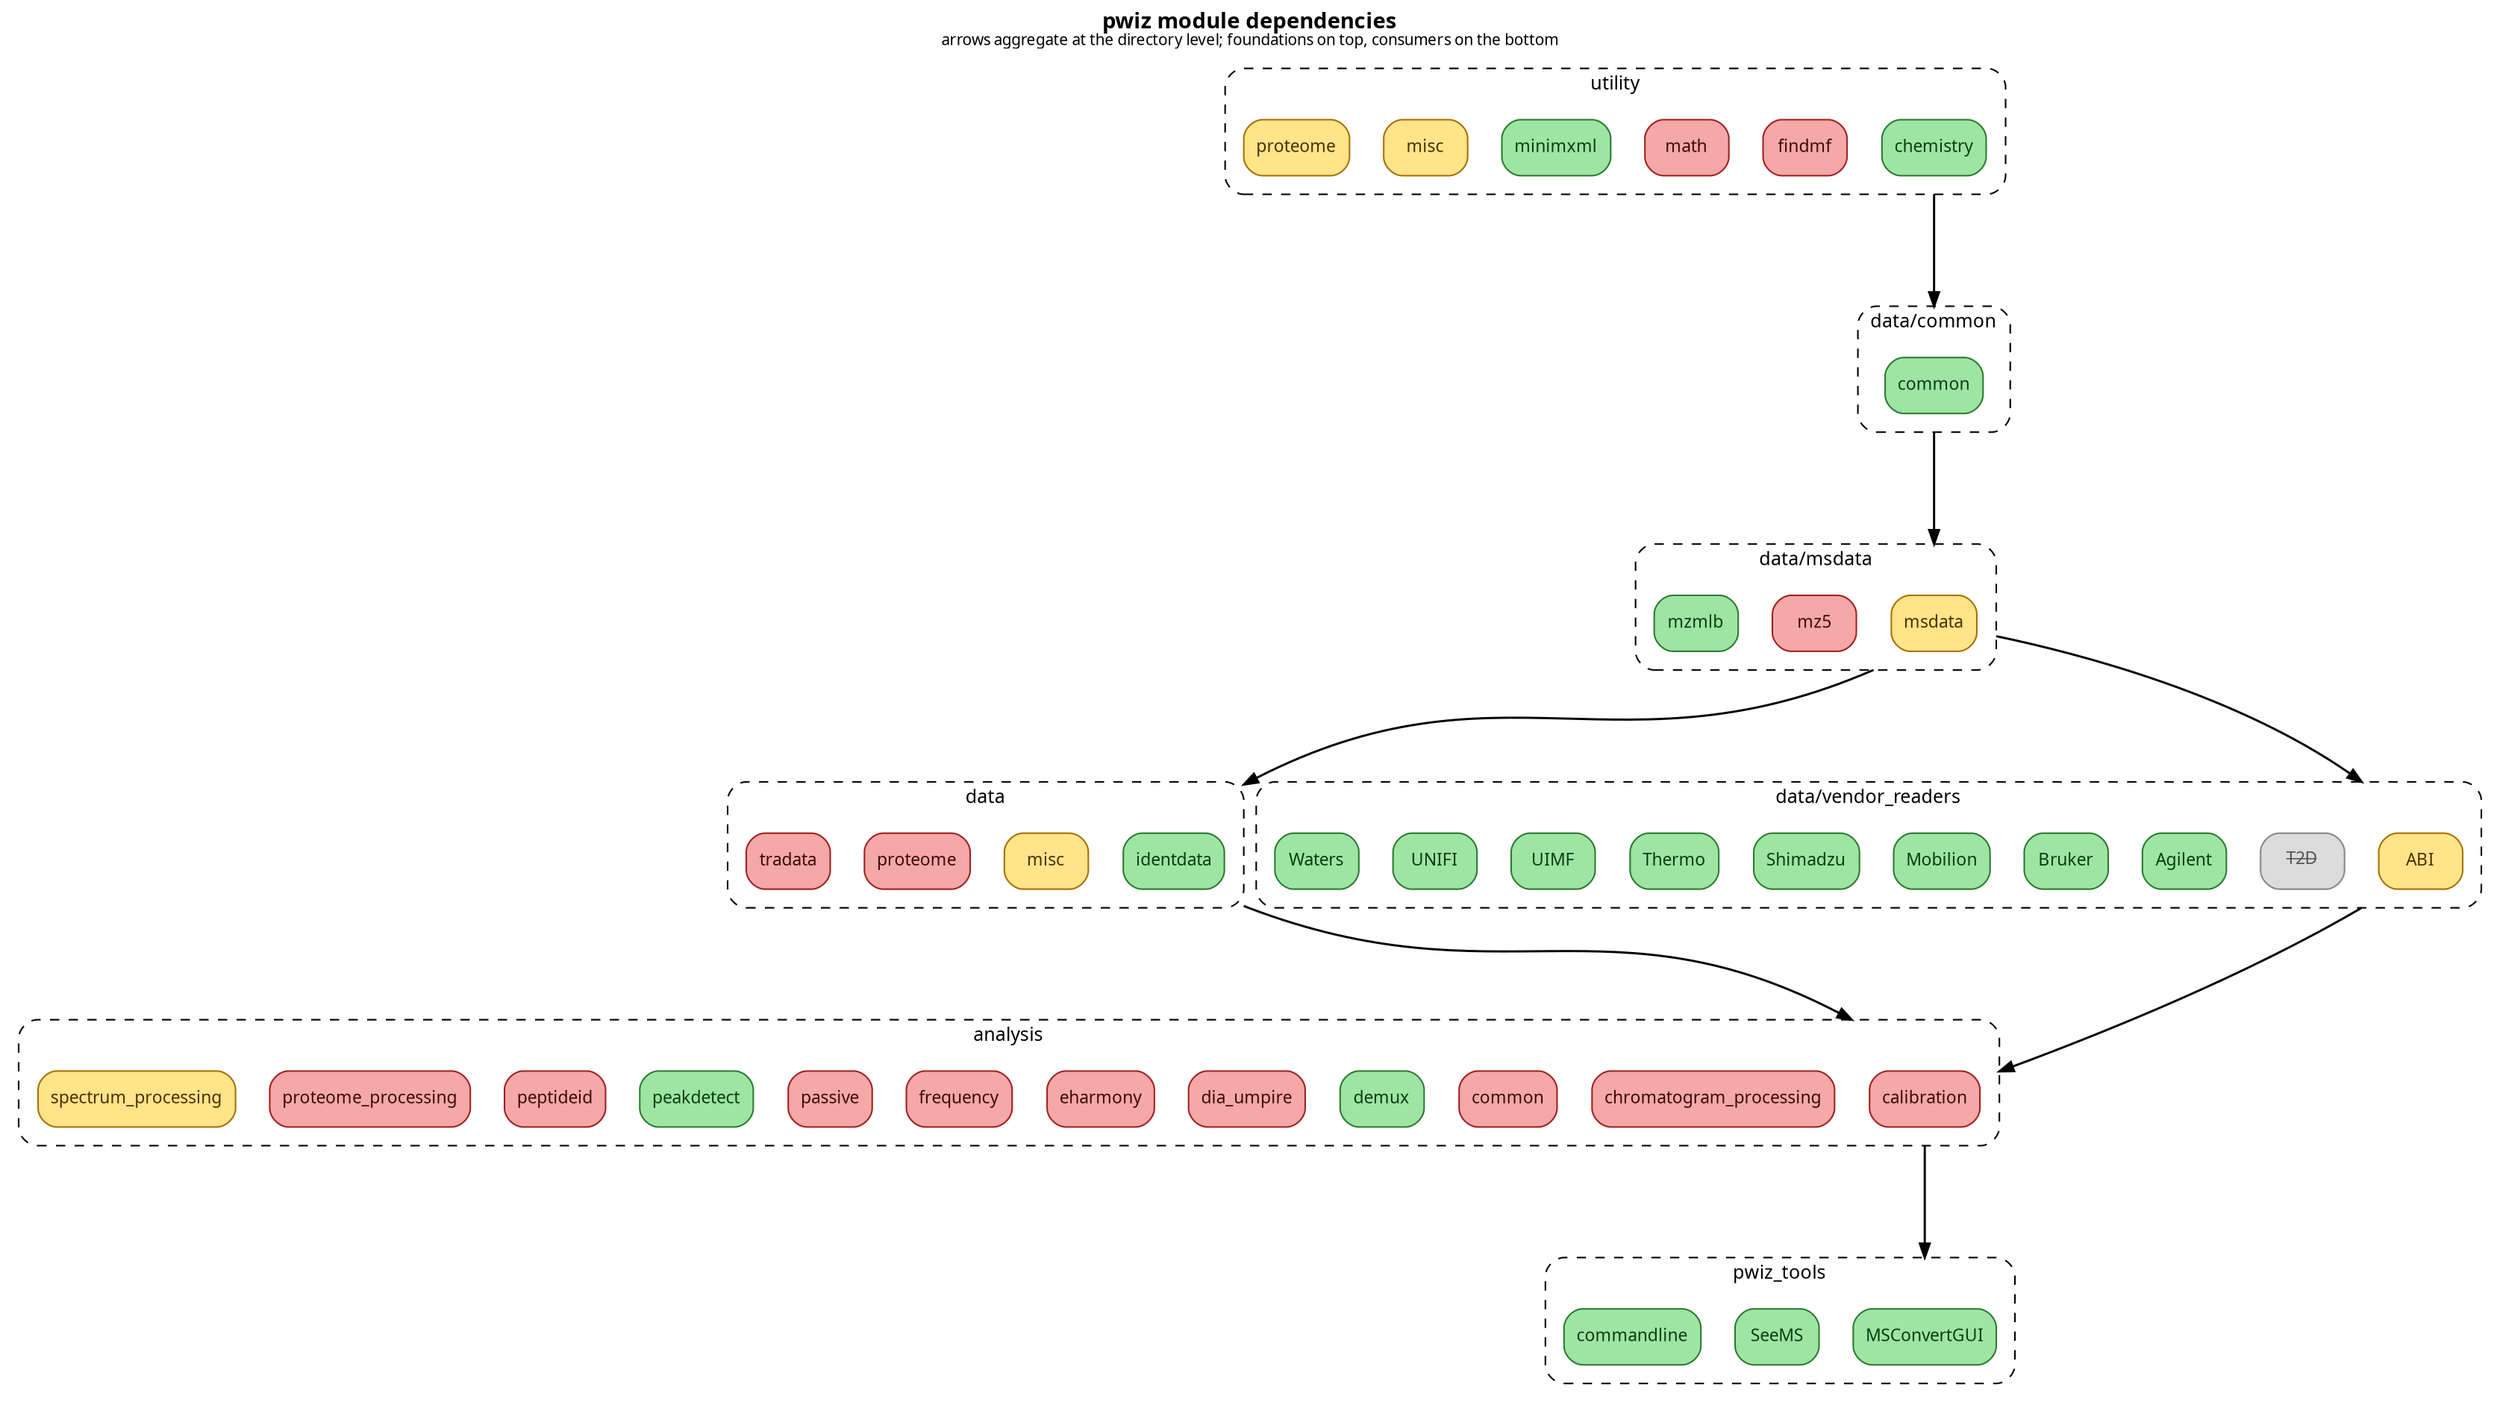
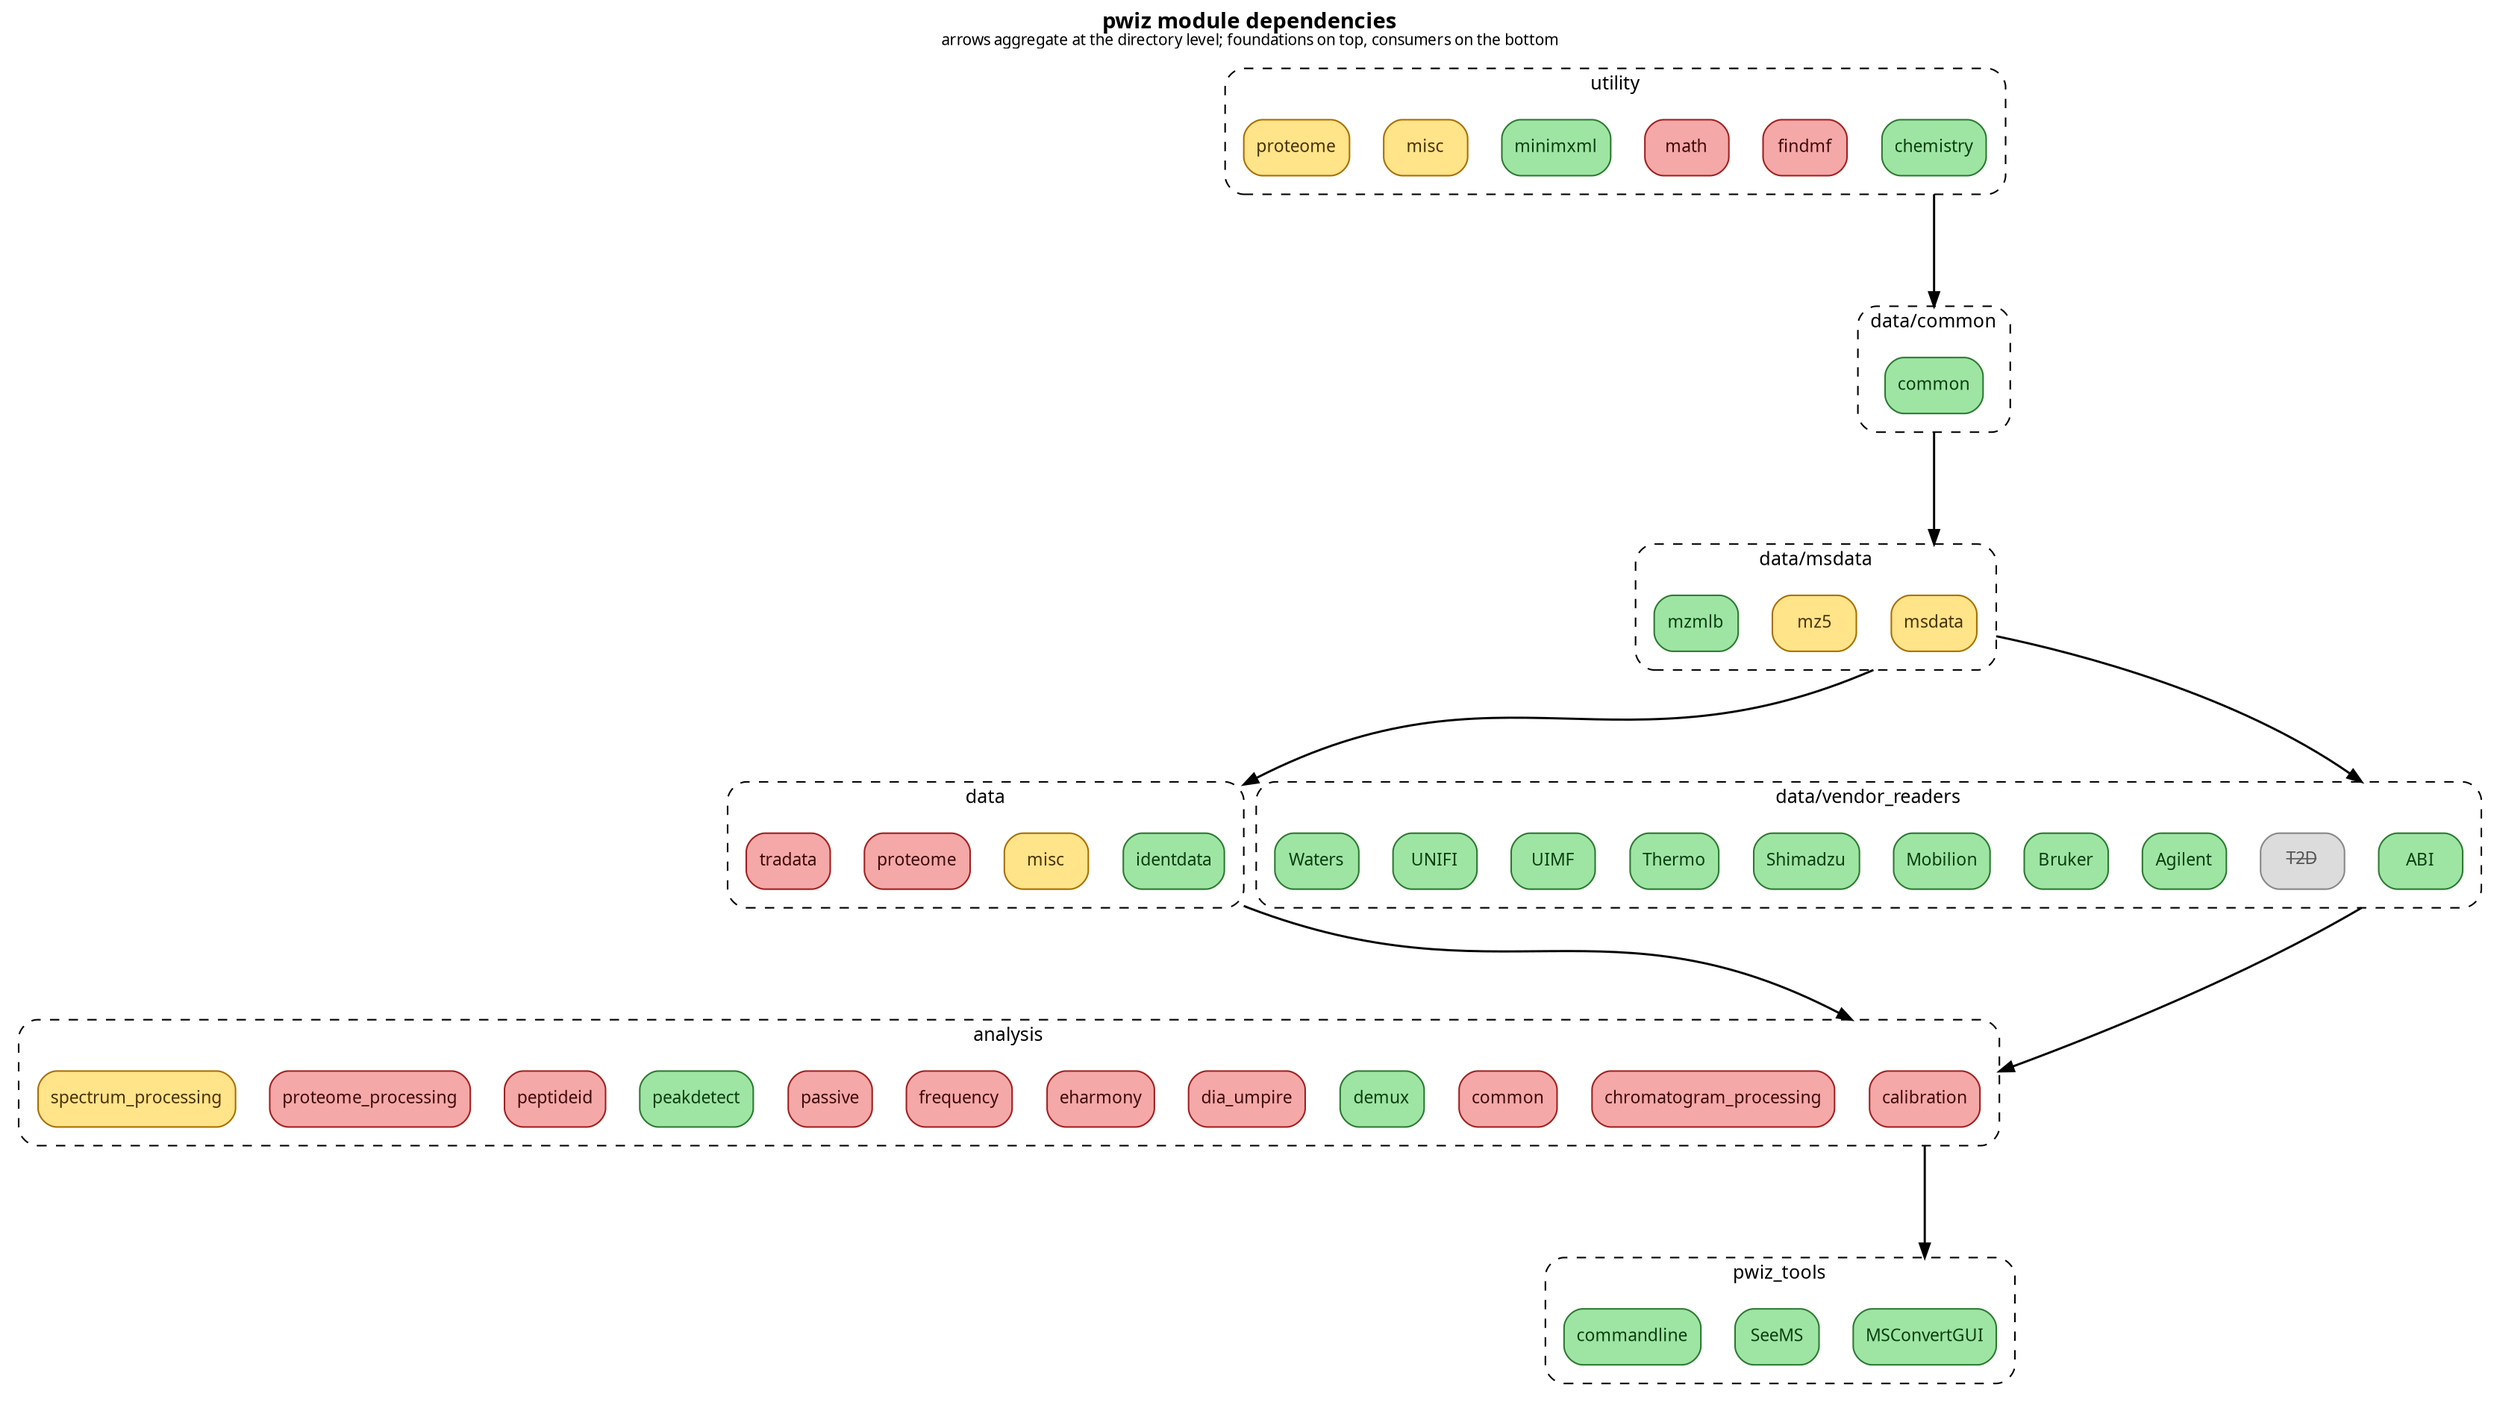
digraph pwiz_modules {
  rankdir=TB;
  labelloc=t;
  label=<<b>pwiz module dependencies</b><br/><font point-size="10">arrows aggregate at the directory level; foundations on top, consumers on the bottom</font>>;
  fontname="Segoe UI";
  node [shape=box, style="filled,rounded", fontname="Segoe UI", fontsize=11];
  edge [color="#444", penwidth=1.4, arrowsize=0.9];
  splines=spline;
  ranksep=0.8; nodesep=0.3;
  compound=true;

  subgraph cluster_analysis {
    label="analysis";
    style="rounded,dashed";
    color="#888";
    fontname="Segoe UI";
    fontsize=12;
    margin=12;
    n_analysis__calibration [label="calibration", fillcolor="#f5a8a8", color="#a02020", fontcolor="#3d0a0a"];
    n_analysis__chromatogram_processing [label="chromatogram_processing", fillcolor="#f5a8a8", color="#a02020", fontcolor="#3d0a0a"];
    n_analysis__common [label="common", fillcolor="#f5a8a8", color="#a02020", fontcolor="#3d0a0a"];
    n_analysis__demux [label="demux", fillcolor="#9ee5a3", color="#2c7a32", fontcolor="#0a3d10"];
    n_analysis__dia_umpire [label="dia_umpire", fillcolor="#f5a8a8", color="#a02020", fontcolor="#3d0a0a"];
    n_analysis__eharmony [label="eharmony", fillcolor="#f5a8a8", color="#a02020", fontcolor="#3d0a0a"];
    n_analysis__frequency [label="frequency", fillcolor="#f5a8a8", color="#a02020", fontcolor="#3d0a0a"];
    n_analysis__passive [label="passive", fillcolor="#f5a8a8", color="#a02020", fontcolor="#3d0a0a"];
    n_analysis__peakdetect [label="peakdetect", fillcolor="#9ee5a3", color="#2c7a32", fontcolor="#0a3d10"];
    n_analysis__peptideid [label="peptideid", fillcolor="#f5a8a8", color="#a02020", fontcolor="#3d0a0a"];
    n_analysis__proteome_processing [label="proteome_processing", fillcolor="#f5a8a8", color="#a02020", fontcolor="#3d0a0a"];
    n_analysis__spectrum_processing [label="spectrum_processing", fillcolor="#ffe48a", color="#a87000", fontcolor="#4a3000"];
  }

  subgraph cluster_data {
    label="data";
    style="rounded,dashed";
    color="#888";
    fontname="Segoe UI";
    fontsize=12;
    margin=12;
    n_data__identdata [label="identdata", fillcolor="#9ee5a3", color="#2c7a32", fontcolor="#0a3d10"];
    n_data__misc [label="misc", fillcolor="#ffe48a", color="#a87000", fontcolor="#4a3000"];
    n_data__proteome [label="proteome", fillcolor="#f5a8a8", color="#a02020", fontcolor="#3d0a0a"];
    n_data__tradata [label="tradata", fillcolor="#f5a8a8", color="#a02020", fontcolor="#3d0a0a"];
  }

  subgraph cluster_data_common {
    label="data/common";
    style="rounded,dashed";
    color="#888";
    fontname="Segoe UI";
    fontsize=12;
    margin=12;
    n_data__common [label="common", fillcolor="#9ee5a3", color="#2c7a32", fontcolor="#0a3d10"];
  }

  subgraph cluster_data_msdata {
    label="data/msdata";
    style="rounded,dashed";
    color="#888";
    fontname="Segoe UI";
    fontsize=12;
    margin=12;
    n_data__msdata [label="msdata", fillcolor="#ffe48a", color="#a87000", fontcolor="#4a3000"];
-     n_data__msdata__mz5 [label="mz5", fillcolor="#f5a8a8", color="#a02020", fontcolor="#3d0a0a"];
+     n_data__msdata__mz5 [label="mz5", fillcolor="#ffe48a", color="#a87000", fontcolor="#4a3000"];
    n_data__msdata__mzmlb [label="mzmlb", fillcolor="#9ee5a3", color="#2c7a32", fontcolor="#0a3d10"];
  }

  subgraph cluster_data_vendor_readers {
    label="data/vendor_readers";
    style="rounded,dashed";
    color="#888";
    fontname="Segoe UI";
    fontsize=12;
    margin=12;
-     n_data__vendor_readers__ABI [label="ABI", fillcolor="#ffe48a", color="#a87000", fontcolor="#4a3000"];
+     n_data__vendor_readers__ABI [label="ABI", fillcolor="#9ee5a3", color="#2c7a32", fontcolor="#0a3d10"];
    n_data__vendor_readers__ABI__T2D [label=<<s>T2D</s>>, fillcolor="#dcdcdc", color="#888888", fontcolor="#555555"];
    n_data__vendor_readers__Agilent [label="Agilent", fillcolor="#9ee5a3", color="#2c7a32", fontcolor="#0a3d10"];
    n_data__vendor_readers__Bruker [label="Bruker", fillcolor="#9ee5a3", color="#2c7a32", fontcolor="#0a3d10"];
    n_data__vendor_readers__Mobilion [label="Mobilion", fillcolor="#9ee5a3", color="#2c7a32", fontcolor="#0a3d10"];
    n_data__vendor_readers__Shimadzu [label="Shimadzu", fillcolor="#9ee5a3", color="#2c7a32", fontcolor="#0a3d10"];
    n_data__vendor_readers__Thermo [label="Thermo", fillcolor="#9ee5a3", color="#2c7a32", fontcolor="#0a3d10"];
    n_data__vendor_readers__UIMF [label="UIMF", fillcolor="#9ee5a3", color="#2c7a32", fontcolor="#0a3d10"];
    n_data__vendor_readers__UNIFI [label="UNIFI", fillcolor="#9ee5a3", color="#2c7a32", fontcolor="#0a3d10"];
    n_data__vendor_readers__Waters [label="Waters", fillcolor="#9ee5a3", color="#2c7a32", fontcolor="#0a3d10"];
  }

  subgraph cluster_pwiz_tools {
    label="pwiz_tools";
    style="rounded,dashed";
    color="#888";
    fontname="Segoe UI";
    fontsize=12;
    margin=12;
    n_pwiz_tools__MSConvertGUI [label="MSConvertGUI", fillcolor="#9ee5a3", color="#2c7a32", fontcolor="#0a3d10"];
    n_pwiz_tools__SeeMS [label="SeeMS", fillcolor="#9ee5a3", color="#2c7a32", fontcolor="#0a3d10"];
    n_pwiz_tools__commandline [label="commandline", fillcolor="#9ee5a3", color="#2c7a32", fontcolor="#0a3d10"];
  }

  subgraph cluster_utility {
    label="utility";
    style="rounded,dashed";
    color="#888";
    fontname="Segoe UI";
    fontsize=12;
    margin=12;
    n_utility__chemistry [label="chemistry", fillcolor="#9ee5a3", color="#2c7a32", fontcolor="#0a3d10"];
    n_utility__findmf [label="findmf", fillcolor="#f5a8a8", color="#a02020", fontcolor="#3d0a0a"];
    n_utility__math [label="math", fillcolor="#f5a8a8", color="#a02020", fontcolor="#3d0a0a"];
    n_utility__minimxml [label="minimxml", fillcolor="#9ee5a3", color="#2c7a32", fontcolor="#0a3d10"];
    n_utility__misc [label="misc", fillcolor="#ffe48a", color="#a87000", fontcolor="#4a3000"];
    n_utility__proteome [label="proteome", fillcolor="#ffe48a", color="#a87000", fontcolor="#4a3000"];
  }

  n_data__identdata -> n_analysis__calibration [ltail=cluster_data, lhead=cluster_analysis, minlen=2];
  n_data__vendor_readers__ABI -> n_analysis__calibration [ltail=cluster_data_vendor_readers, lhead=cluster_analysis, minlen=2];
  n_data__msdata -> n_data__identdata [ltail=cluster_data_msdata, lhead=cluster_data, minlen=2];
  n_utility__chemistry -> n_data__common [ltail=cluster_utility, lhead=cluster_data_common, minlen=2];
  n_data__common -> n_data__msdata [ltail=cluster_data_common, lhead=cluster_data_msdata, minlen=2];
  n_data__msdata -> n_data__vendor_readers__ABI [ltail=cluster_data_msdata, lhead=cluster_data_vendor_readers, minlen=2];
  n_analysis__calibration -> n_pwiz_tools__MSConvertGUI [ltail=cluster_analysis, lhead=cluster_pwiz_tools, minlen=2];
}
